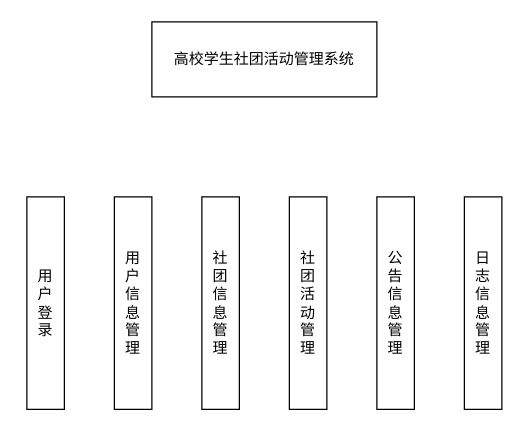
Earlier version of the draw.io diagram models.drawio (Gonod20s/Voice-Controlled-Robot). Source tidied: cells renumbered, new cells numbered last; positions are measured from the earlier drawing's top-left corner, leaving out a move shared by most shapes. Both pictures are drawn from the tidied source at 125%, with x=0, y=0 at pixel (26, 21).
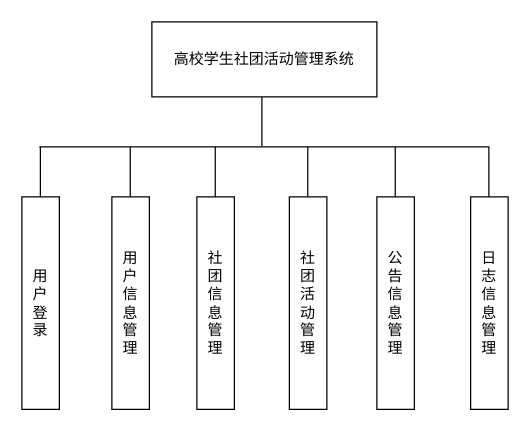
The same diagram, later.

The edit, as a diff of the source:
```diff
@@
     <mxCell id="3" value="用&lt;div&gt;户&lt;/div&gt;&lt;div&gt;登&lt;/div&gt;&lt;div&gt;录&lt;/div&gt;" style="rounded=0;whiteSpace=wrap;html=1;" parent="1" vertex="1">
-      <mxGeometry y="140" width="30" height="170" as="geometry" />
+      <mxGeometry x="-4" y="140" width="30" height="170" as="geometry" />
     </mxCell>
     <mxCell id="4" value="用&lt;div&gt;户&lt;/div&gt;&lt;div&gt;信&lt;/div&gt;&lt;div&gt;息&lt;/div&gt;&lt;div&gt;管&lt;/div&gt;&lt;div&gt;理&lt;/div&gt;" style="rounded=0;whiteSpace=wrap;html=1;" parent="1" vertex="1">
-      <mxGeometry x="70" y="140" width="30" height="170" as="geometry" />
+      <mxGeometry x="68" y="140" width="30" height="170" as="geometry" />
     </mxCell>
     <mxCell id="5" value="&lt;span style=&quot;background-color: transparent;&quot;&gt;社&lt;/span&gt;&lt;div&gt;&lt;span style=&quot;background-color: transparent;&quot;&gt;团&lt;/span&gt;&lt;/div&gt;&lt;div&gt;&lt;span style=&quot;background-color: transparent;&quot;&gt;信&lt;/span&gt;&lt;div&gt;息&lt;/div&gt;&lt;div&gt;管&lt;/div&gt;&lt;div&gt;理&lt;/div&gt;&lt;/div&gt;" style="rounded=0;whiteSpace=wrap;html=1;" parent="1" vertex="1">
-      <mxGeometry x="140" y="140" width="30" height="170" as="geometry" />
+      <mxGeometry x="136" y="140" width="30" height="170" as="geometry" />
     </mxCell>
@@
     <mxCell id="8" value="&lt;span style=&quot;background-color: transparent;&quot;&gt;日&lt;/span&gt;&lt;div&gt;&lt;span style=&quot;background-color: transparent;&quot;&gt;志&lt;/span&gt;&lt;/div&gt;&lt;div&gt;&lt;span style=&quot;background-color: transparent;&quot;&gt;信&lt;/span&gt;&lt;div&gt;&lt;div&gt;&lt;div&gt;息&lt;/div&gt;&lt;div&gt;管&lt;/div&gt;&lt;div&gt;理&lt;/div&gt;&lt;/div&gt;&lt;/div&gt;&lt;/div&gt;" style="rounded=0;whiteSpace=wrap;html=1;" parent="1" vertex="1">
-      <mxGeometry x="350" y="140" width="30" height="170" as="geometry" />
+      <mxGeometry x="355" y="140" width="30" height="170" as="geometry" />
     </mxCell>
+    <mxCell id="9" style="endArrow=none;html=1;rounded=0;entryX=0.472;entryY=1.01;entryDx=0;entryDy=0;entryPerimeter=0;" parent="1" edge="1">
+      <mxGeometry relative="1" as="geometry">
+        <mxPoint x="188" y="99.4" as="sourcePoint" />
+        <mxPoint x="188" y="60" as="targetPoint" />
+      </mxGeometry>
+    </mxCell>
+    <mxCell id="10" style="endArrow=none;html=1;rounded=0;" parent="1" edge="1">
+      <mxGeometry relative="1" as="geometry">
+        <mxPoint x="10" y="100" as="sourcePoint" />
+        <mxPoint x="370" y="100" as="targetPoint" />
+      </mxGeometry>
+    </mxCell>
+    <mxCell id="11" style="endArrow=none;html=1;rounded=0;" parent="1" edge="1">
+      <mxGeometry relative="1" as="geometry">
+        <mxPoint x="10.8" y="140" as="sourcePoint" />
+        <mxPoint x="10.8" y="100" as="targetPoint" />
+      </mxGeometry>
+    </mxCell>
+    <mxCell id="12" style="endArrow=none;html=1;rounded=0;" parent="1" edge="1">
+      <mxGeometry relative="1" as="geometry">
+        <mxPoint x="82.7" y="140" as="sourcePoint" />
+        <mxPoint x="82.7" y="100" as="targetPoint" />
+      </mxGeometry>
+    </mxCell>
+    <mxCell id="13" style="endArrow=none;html=1;rounded=0;" parent="1" edge="1">
+      <mxGeometry relative="1" as="geometry">
+        <mxPoint x="369.6" y="140" as="sourcePoint" />
+        <mxPoint x="369.6" y="100" as="targetPoint" />
+      </mxGeometry>
+    </mxCell>
+    <mxCell id="14" style="endArrow=none;html=1;rounded=0;" parent="1" edge="1">
+      <mxGeometry relative="1" as="geometry">
+        <mxPoint x="150.7" y="140" as="sourcePoint" />
+        <mxPoint x="150.7" y="100" as="targetPoint" />
+      </mxGeometry>
+    </mxCell>
+    <mxCell id="15" style="endArrow=none;html=1;rounded=0;" parent="1" edge="1">
+      <mxGeometry relative="1" as="geometry">
+        <mxPoint x="224.7" y="140" as="sourcePoint" />
+        <mxPoint x="224.7" y="100" as="targetPoint" />
+      </mxGeometry>
+    </mxCell>
+    <mxCell id="16" style="endArrow=none;html=1;rounded=0;" parent="1" edge="1">
+      <mxGeometry relative="1" as="geometry">
+        <mxPoint x="294.7" y="140" as="sourcePoint" />
+        <mxPoint x="294.7" y="100" as="targetPoint" />
+      </mxGeometry>
+    </mxCell>
```
